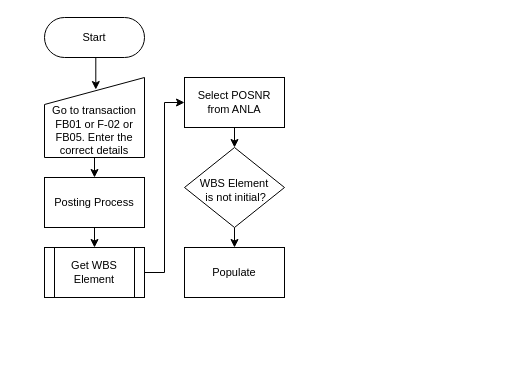
ivanpilariza/assignment keeps this draw.io diagram as AUTOWBS.drawio. Above is the earlier version. Source tidied: cells renumbered, new cells numbered last; positions are measured from the earlier drawing's top-left corner, leaving out a move shared by most shapes. Both pictures are drawn from the tidied source at 100%, with x=0, y=0 at pixel (44, 17).
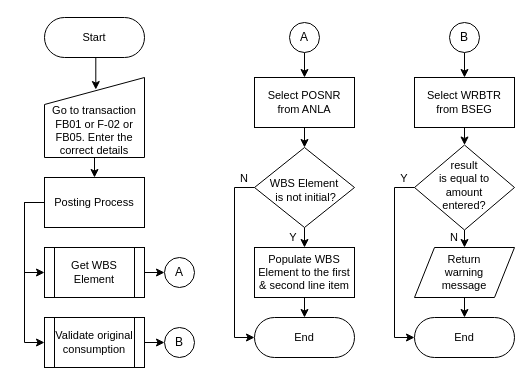
The same diagram, later.

Unchanged cells that the change refers to:
```xml
<mxCell id="6" value="Posting Process" style="whiteSpace=wrap;html=1;strokeWidth=1;fontSize=11;" parent="1" vertex="1">
  <mxGeometry y="160" width="100" height="50" as="geometry" />
</mxCell>
<mxCell id="8" value="Get WBS Element" style="shape=process;whiteSpace=wrap;html=1;backgroundOutline=1;fontSize=11;" parent="1" vertex="1">
  <mxGeometry y="230" width="100" height="50" as="geometry" />
</mxCell>
```

Diff of the diagram source:
```diff
@@
+    <mxCell id="15" style="edgeStyle=orthogonalEdgeStyle;rounded=0;jettySize=auto;html=1;exitX=0;exitY=0.5;exitDx=0;exitDy=0;entryX=0;entryY=0.5;entryDx=0;entryDy=0;" parent="1" edge="1" target="19">
+      <mxGeometry relative="1" as="geometry">
+        <mxPoint x="10" y="185" as="sourcePoint" />
+        <Array as="points">
+          <mxPoint x="-20" y="185" />
+          <mxPoint x="-20" y="325" />
+        </Array>
+      </mxGeometry>
+    </mxCell>
-    <mxCell id="5" style="edgeStyle=orthogonalEdgeStyle;rounded=0;jettySize=auto;html=1;exitX=0.5;exitY=1;exitDx=0;exitDy=0;entryX=0.5;entryY=0;entryDx=0;entryDy=0;" parent="1" edge="1" source="6" target="8">
-      <mxGeometry relative="1" as="geometry" />
+    <mxCell id="5" style="edgeStyle=orthogonalEdgeStyle;rounded=0;jettySize=auto;html=1;exitX=0;exitY=0.75;exitDx=0;exitDy=0;entryX=0;entryY=0.5;entryDx=0;entryDy=0;" parent="1" edge="1" source="6" target="8">
+      <mxGeometry relative="1" as="geometry">
+        <Array as="points">
+          <mxPoint y="185" />
+          <mxPoint x="-20" y="185" />
+          <mxPoint x="-20" y="255" />
+        </Array>
+      </mxGeometry>
     </mxCell>
@@
-    <mxCell id="7" style="edgeStyle=orthogonalEdgeStyle;rounded=0;jettySize=auto;html=1;exitX=1;exitY=0.5;exitDx=0;exitDy=0;entryX=0;entryY=0.5;entryDx=0;entryDy=0;" parent="1" edge="1" source="8" target="10">
-      <mxGeometry relative="1" as="geometry" />
-    </mxCell>
+    <mxCell id="16" style="edgeStyle=orthogonalEdgeStyle;rounded=0;jettySize=auto;html=1;exitX=1;exitY=0.5;exitDx=0;exitDy=0;entryX=0;entryY=0.5;entryDx=0;entryDy=0;" parent="1" edge="1" source="8" target="20">
+      <mxGeometry relative="1" as="geometry" />
+    </mxCell>
@@
     <mxCell id="10" value="Select POSNR &lt;br&gt;from ANLA" style="whiteSpace=wrap;html=1;strokeWidth=1;fontSize=11;" parent="1" vertex="1">
-      <mxGeometry x="140" y="60" width="100" height="50" as="geometry" />
+      <mxGeometry x="210" y="60" width="100" height="50" as="geometry" />
     </mxCell>
@@
     <mxCell id="12" value="WBS Element&lt;br&gt;&amp;nbsp;is not initial?" style="rhombus;whiteSpace=wrap;html=1;strokeWidth=1;fontSize=11;spacingTop=5;" parent="1" vertex="1">
-      <mxGeometry x="140" y="130" width="100" height="80" as="geometry" />
+      <mxGeometry x="210" y="130" width="100" height="80" as="geometry" />
     </mxCell>
-    <mxCell id="13" value="Populate" style="whiteSpace=wrap;html=1;strokeWidth=1;fontSize=11;" parent="1" vertex="1">
-      <mxGeometry x="140" y="230" width="100" height="50" as="geometry" />
+    <mxCell id="13" value="Populate WBS Element to the first &amp;amp; second line item" style="whiteSpace=wrap;html=1;strokeWidth=1;fontSize=11;" parent="1" vertex="1">
+      <mxGeometry x="210" y="230" width="100" height="50" as="geometry" />
     </mxCell>
@@
+    <mxCell id="17" value="End" style="html=1;dashed=0;whiteSpace=wrap;shape=mxgraph.dfd.start;fontSize=11;" parent="1" vertex="1">
+      <mxGeometry x="210" y="300" width="100" height="40" as="geometry" />
+    </mxCell>
+    <mxCell id="18" style="edgeStyle=orthogonalEdgeStyle;rounded=0;jettySize=auto;html=1;exitX=1;exitY=0.5;exitDx=0;exitDy=0;entryX=0;entryY=0.5;entryDx=0;entryDy=0;" parent="1" edge="1" source="19" target="21">
+      <mxGeometry relative="1" as="geometry" />
+    </mxCell>
+    <mxCell id="19" value="Validate original consumption" style="shape=process;whiteSpace=wrap;html=1;backgroundOutline=1;fontSize=11;" parent="1" vertex="1">
+      <mxGeometry y="300" width="100" height="50" as="geometry" />
+    </mxCell>
+    <mxCell id="20" value="A" style="ellipse;whiteSpace=wrap;html=1;" parent="1" vertex="1">
+      <mxGeometry x="120" y="240" width="30" height="30" as="geometry" />
+    </mxCell>
+    <mxCell id="21" value="B" style="ellipse;whiteSpace=wrap;html=1;" parent="1" vertex="1">
+      <mxGeometry x="120" y="310" width="30" height="30" as="geometry" />
+    </mxCell>
+    <mxCell id="22" style="edgeStyle=orthogonalEdgeStyle;rounded=0;jettySize=auto;html=1;exitX=0.5;exitY=1;exitDx=0;exitDy=0;entryX=0.5;entryY=0;entryDx=0;entryDy=0;" parent="1" edge="1" source="23" target="10">
+      <mxGeometry relative="1" as="geometry" />
+    </mxCell>
+    <mxCell id="23" value="A" style="ellipse;whiteSpace=wrap;html=1;" parent="1" vertex="1">
+      <mxGeometry x="245" y="5" width="30" height="30" as="geometry" />
+    </mxCell>
+    <mxCell id="24" style="edgeStyle=orthogonalEdgeStyle;rounded=0;jettySize=auto;html=1;exitX=0.5;exitY=1;exitDx=0;exitDy=0;entryX=0.5;entryY=0;entryDx=0;entryDy=0;" parent="1" edge="1" source="25" target="29">
+      <mxGeometry relative="1" as="geometry" />
+    </mxCell>
+    <mxCell id="25" value="Select WRBTR&lt;br&gt;from BSEG" style="whiteSpace=wrap;html=1;strokeWidth=1;fontSize=11;" parent="1" vertex="1">
+      <mxGeometry x="370" y="60" width="100" height="50" as="geometry" />
+    </mxCell>
+    <mxCell id="26" style="edgeStyle=orthogonalEdgeStyle;rounded=0;jettySize=auto;html=1;exitX=0.5;exitY=1;exitDx=0;exitDy=0;entryX=0.5;entryY=0;entryDx=0;entryDy=0;" parent="1" edge="1" source="27" target="25">
+      <mxGeometry relative="1" as="geometry" />
+    </mxCell>
+    <mxCell id="27" value="B" style="ellipse;whiteSpace=wrap;html=1;" parent="1" vertex="1">
+      <mxGeometry x="405" y="5" width="30" height="30" as="geometry" />
+    </mxCell>
+    <mxCell id="28" style="edgeStyle=orthogonalEdgeStyle;rounded=0;jettySize=auto;html=1;exitX=0.5;exitY=1;exitDx=0;exitDy=0;entryX=0.5;entryY=0;entryDx=0;entryDy=0;" parent="1" edge="1" source="29" target="30">
+      <mxGeometry relative="1" as="geometry" />
+    </mxCell>
+    <mxCell id="29" value="result &lt;br&gt;is equal to &lt;br&gt;amount &lt;br&gt;entered?" style="rhombus;whiteSpace=wrap;html=1;strokeWidth=1;fontSize=11;spacingTop=-4;" parent="1" vertex="1">
+      <mxGeometry x="370" y="127.5" width="100" height="85" as="geometry" />
+    </mxCell>
+    <mxCell id="30" value="Return &lt;br&gt;warning &lt;br&gt;message" style="shape=parallelogram;perimeter=parallelogramPerimeter;whiteSpace=wrap;html=1;fixedSize=1;fontSize=11;" parent="1" vertex="1">
+      <mxGeometry x="370" y="230" width="100" height="50" as="geometry" />
+    </mxCell>
+    <mxCell id="31" style="edgeStyle=orthogonalEdgeStyle;rounded=0;jettySize=auto;html=1;exitX=0;exitY=0.5;exitDx=0;exitDy=0;entryX=0;entryY=0.5;entryDx=0;entryDy=0;entryPerimeter=0;" parent="1" edge="1" source="12" target="17">
+      <mxGeometry relative="1" as="geometry" />
+    </mxCell>
+    <mxCell id="32" style="edgeStyle=orthogonalEdgeStyle;rounded=0;jettySize=auto;html=1;exitX=0.5;exitY=1;exitDx=0;exitDy=0;entryX=0.5;entryY=0.5;entryDx=0;entryDy=-20;entryPerimeter=0;" parent="1" edge="1" source="13" target="17">
+      <mxGeometry relative="1" as="geometry" />
+    </mxCell>
+    <mxCell id="33" value="End" style="html=1;dashed=0;whiteSpace=wrap;shape=mxgraph.dfd.start;fontSize=11;" parent="1" vertex="1">
+      <mxGeometry x="370" y="300" width="100" height="40" as="geometry" />
+    </mxCell>
+    <mxCell id="34" style="edgeStyle=orthogonalEdgeStyle;rounded=0;jettySize=auto;html=1;exitX=0;exitY=0.5;exitDx=0;exitDy=0;entryX=0;entryY=0.5;entryDx=0;entryDy=0;entryPerimeter=0;" parent="1" edge="1" source="29" target="33">
+      <mxGeometry relative="1" as="geometry" />
+    </mxCell>
+    <mxCell id="35" value="Y" style="text;strokeColor=none;align=center;fillColor=none;html=1;verticalAlign=middle;whiteSpace=wrap;rounded=0;fontSize=11;" parent="1" vertex="1">
+      <mxGeometry x="219" y="205" width="60" height="30" as="geometry" />
+    </mxCell>
+    <mxCell id="36" value="Y" style="text;strokeColor=none;align=center;fillColor=none;html=1;verticalAlign=middle;whiteSpace=wrap;rounded=0;fontSize=11;" parent="1" vertex="1">
+      <mxGeometry x="330" y="146" width="60" height="30" as="geometry" />
+    </mxCell>
+    <mxCell id="37" value="N" style="text;strokeColor=none;align=center;fillColor=none;html=1;verticalAlign=middle;whiteSpace=wrap;rounded=0;fontSize=11;" parent="1" vertex="1">
+      <mxGeometry x="170" y="146" width="60" height="30" as="geometry" />
+    </mxCell>
+    <mxCell id="38" value="N" style="text;strokeColor=none;align=center;fillColor=none;html=1;verticalAlign=middle;whiteSpace=wrap;rounded=0;fontSize=11;" parent="1" vertex="1">
+      <mxGeometry x="380" y="205" width="60" height="30" as="geometry" />
+    </mxCell>
+    <mxCell id="39" style="edgeStyle=orthogonalEdgeStyle;rounded=0;jettySize=auto;html=1;exitX=0.5;exitY=1;exitDx=0;exitDy=0;entryX=0.5;entryY=0.5;entryDx=0;entryDy=-20;entryPerimeter=0;" parent="1" edge="1" source="30" target="33">
+      <mxGeometry relative="1" as="geometry" />
+    </mxCell>
```
